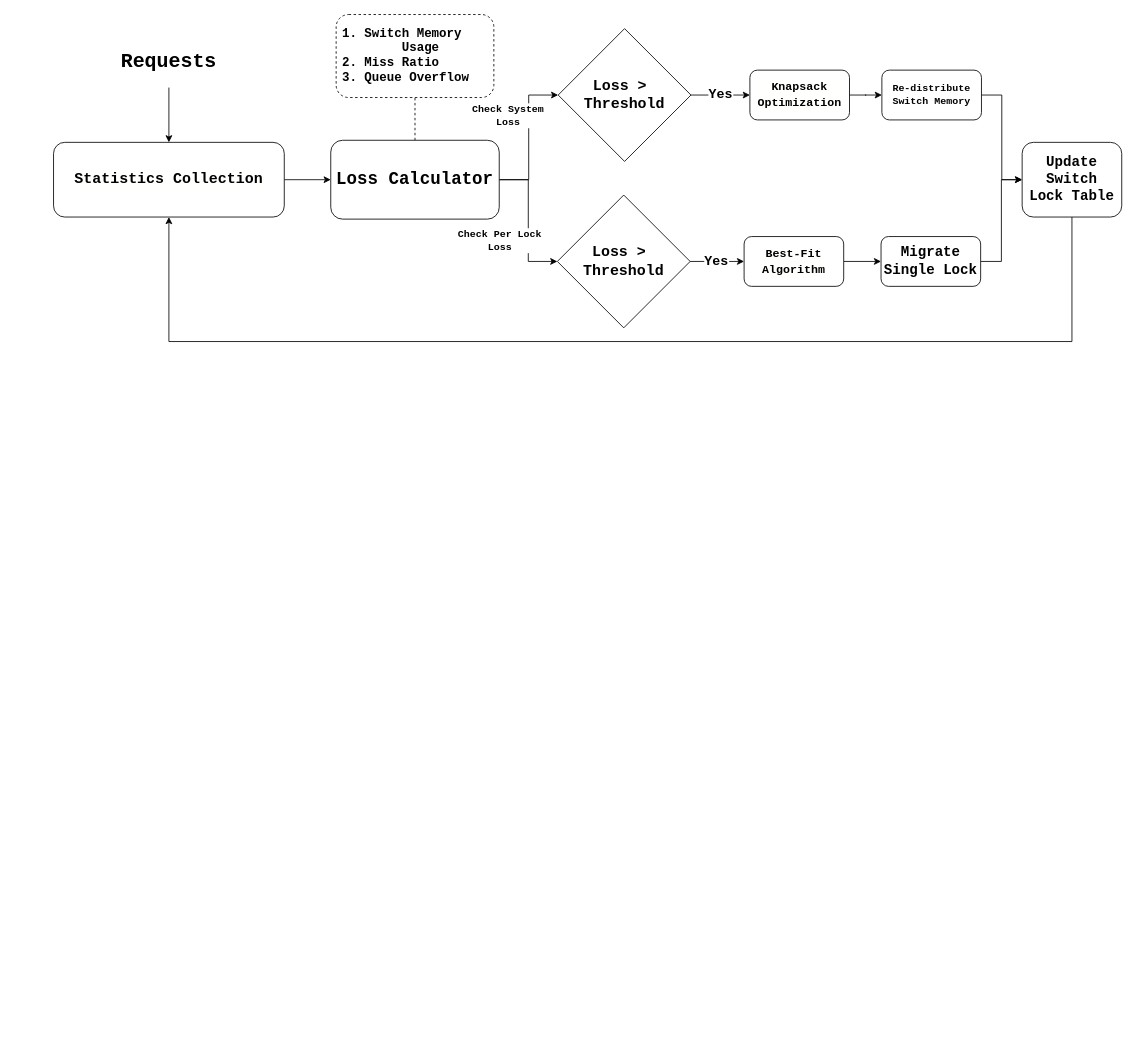
Earlier version of the draw.io diagram docs/diagram/migration_procedure.drawio (Chiang-Chen-An/multi-rack-netlock). Source tidied: cells renumbered, new cells numbered last; positions are measured from the earlier drawing's top-left corner, leaving out a move shared by most shapes. Both pictures are drawn from the tidied source at 83%, with x=0, y=0 at pixel (53, 14).
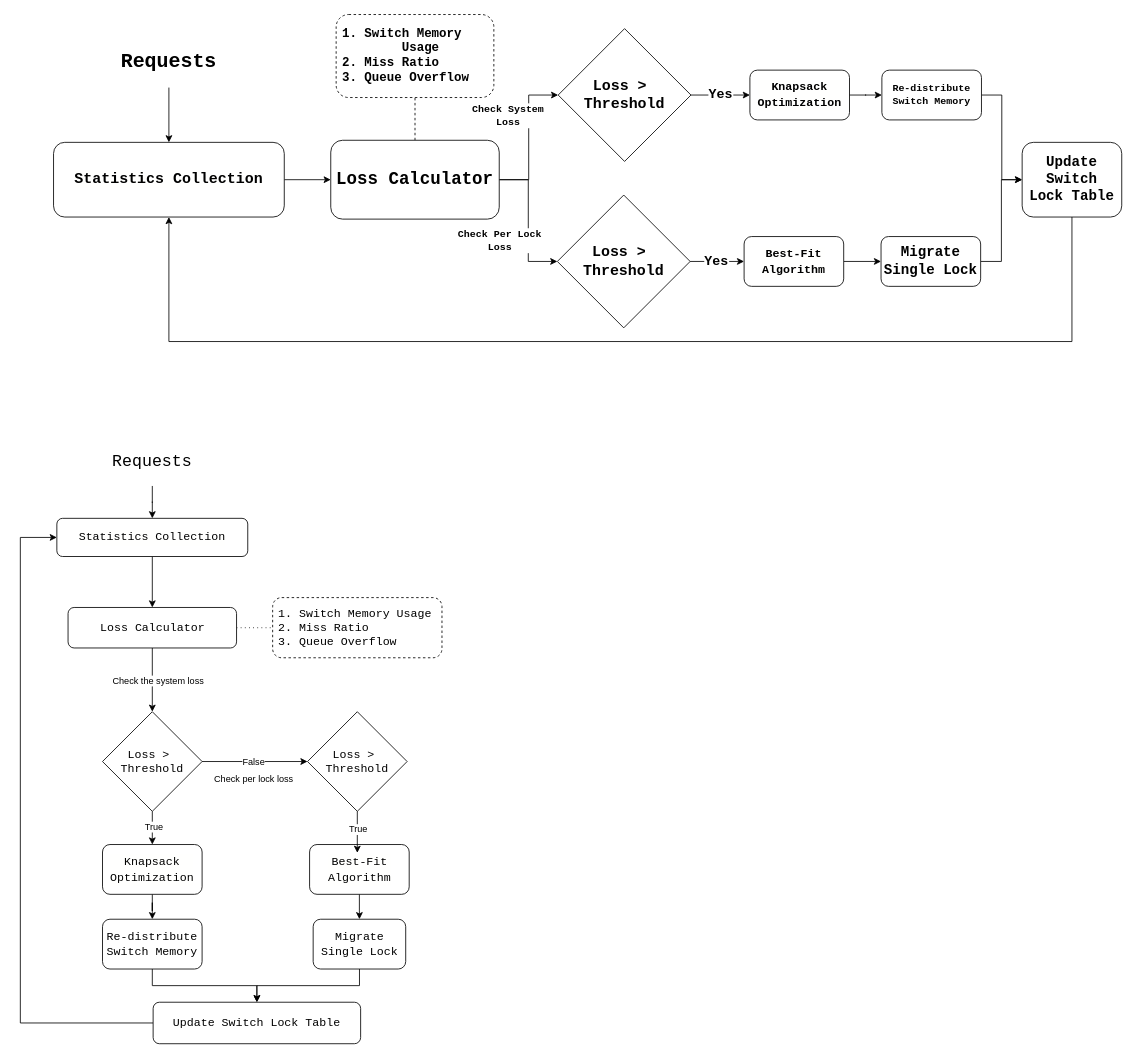
After the change.

Change to the diagram source:
```diff
@@
+    <mxCell id="30" style="edgeStyle=orthogonalEdgeStyle;rounded=0;jettySize=auto;html=1;entryX=0.5;entryY=0;entryDx=0;entryDy=0;" parent="1" edge="1" source="31" target="37">
+      <mxGeometry relative="1" as="geometry" />
+    </mxCell>
+    <mxCell id="31" value="&lt;div style=&quot;background-color: rgb(255, 255, 254); line-height: 19px; white-space: pre;&quot;&gt;&lt;font style=&quot;font-size: 14px; font-weight: normal;&quot;&gt;Statistics Collection&lt;/font&gt;&lt;/div&gt;" style="rounded=1;whiteSpace=wrap;html=1;align=center;fontFamily=Courier New;fontStyle=1;" parent="1" vertex="1">
+      <mxGeometry x="4" y="607" width="230" height="46" as="geometry" />
+    </mxCell>
+    <mxCell id="32" style="edgeStyle=orthogonalEdgeStyle;rounded=0;jettySize=auto;html=1;entryX=0.5;entryY=0;entryDx=0;entryDy=0;fontFamily=Courier New;fontStyle=1;" parent="1" edge="1" source="33" target="31">
+      <mxGeometry relative="1" as="geometry" />
+    </mxCell>
+    <mxCell id="33" value="&lt;font style=&quot;font-weight: normal; font-size: 20px;&quot;&gt;Requests&lt;/font&gt;" style="text;html=1;whiteSpace=wrap;strokeColor=none;fillColor=none;align=center;verticalAlign=middle;rounded=0;fontFamily=Courier New;fontStyle=1;" parent="1" vertex="1">
+      <mxGeometry x="44" y="508" width="150" height="60" as="geometry" />
+    </mxCell>
+    <mxCell id="34" style="edgeStyle=orthogonalEdgeStyle;rounded=0;jettySize=auto;html=1;endArrow=none;endFill=0;dashed=1;dashPattern=1 4;" parent="1" edge="1" source="37" target="55">
+      <mxGeometry relative="1" as="geometry" />
+    </mxCell>
+    <mxCell id="35" style="edgeStyle=orthogonalEdgeStyle;rounded=0;jettySize=auto;html=1;entryX=0.5;entryY=0;entryDx=0;entryDy=0;" parent="1" edge="1" source="37" target="43">
+      <mxGeometry relative="1" as="geometry" />
+    </mxCell>
+    <mxCell id="36" value="Check the system loss" style="edgeLabel;html=1;align=center;verticalAlign=middle;" parent="35" vertex="1">
+      <mxGeometry x="0.33" relative="1" as="geometry">
+        <mxPoint x="6" y="-12" as="offset" />
+      </mxGeometry>
+    </mxCell>
+    <mxCell id="37" value="&lt;font style=&quot;font-size: 14px; font-weight: normal;&quot;&gt;&lt;font&gt;Loss&amp;nbsp;&lt;/font&gt;Calculator&lt;/font&gt;" style="rounded=1;whiteSpace=wrap;html=1;fontFamily=Courier New;fontStyle=1;" parent="1" vertex="1">
+      <mxGeometry x="17.5" y="714.4" width="203" height="48.8" as="geometry" />
+    </mxCell>
+    <mxCell id="38" style="edgeStyle=orthogonalEdgeStyle;rounded=0;jettySize=auto;html=1;entryX=0;entryY=0.5;entryDx=0;entryDy=0;" parent="1" edge="1" source="43" target="44">
+      <mxGeometry relative="1" as="geometry" />
+    </mxCell>
+    <mxCell id="39" value="Check per lock loss" style="edgeLabel;html=1;align=center;verticalAlign=middle;" parent="38" vertex="1">
+      <mxGeometry x="-0.02" y="2" relative="1" as="geometry">
+        <mxPoint x="-1" y="22" as="offset" />
+      </mxGeometry>
+    </mxCell>
+    <mxCell id="40" value="False" style="edgeLabel;html=1;align=center;verticalAlign=middle;" parent="38" vertex="1">
+      <mxGeometry x="-0.04" y="-3" relative="1" as="geometry">
+        <mxPoint y="-3" as="offset" />
+      </mxGeometry>
+    </mxCell>
+    <mxCell id="41" style="edgeStyle=orthogonalEdgeStyle;rounded=0;jettySize=auto;html=1;" parent="1" edge="1" source="43" target="46">
+      <mxGeometry relative="1" as="geometry" />
+    </mxCell>
+    <mxCell id="42" value="True" style="edgeLabel;html=1;align=center;verticalAlign=middle;" parent="41" vertex="1">
+      <mxGeometry x="-0.08" y="1" relative="1" as="geometry" />
+    </mxCell>
+    <mxCell id="43" value="&lt;font style=&quot;font-weight: normal;&quot;&gt;Loss &amp;gt;&amp;nbsp;&lt;/font&gt;&lt;div&gt;&lt;font style=&quot;font-weight: normal;&quot;&gt;Threshold&lt;/font&gt;&lt;/div&gt;" style="rhombus;whiteSpace=wrap;html=1;fontFamily=Courier New;fontStyle=1;fontSize=14;" parent="1" vertex="1">
+      <mxGeometry x="59" y="840" width="120" height="120" as="geometry" />
+    </mxCell>
+    <mxCell id="44" value="&lt;font style=&quot;font-weight: normal;&quot;&gt;Loss &amp;gt;&amp;nbsp;&lt;/font&gt;&lt;div&gt;&lt;font style=&quot;font-weight: normal;&quot;&gt;Threshold&lt;/font&gt;&lt;/div&gt;" style="rhombus;whiteSpace=wrap;html=1;fontFamily=Courier New;fontStyle=1;fontSize=14;" parent="1" vertex="1">
+      <mxGeometry x="306" y="840" width="120" height="120" as="geometry" />
+    </mxCell>
+    <mxCell id="45" style="edgeStyle=orthogonalEdgeStyle;rounded=0;jettySize=auto;html=1;entryX=0.5;entryY=0;entryDx=0;entryDy=0;" parent="1" edge="1" source="46" target="52">
+      <mxGeometry relative="1" as="geometry" />
+    </mxCell>
+    <mxCell id="46" value="&lt;div style=&quot;background-color: rgb(255, 255, 254); font-size: 14px; line-height: 19px; white-space: pre;&quot;&gt;&lt;font style=&quot;font-weight: normal;&quot;&gt;Knapsack&lt;/font&gt;&lt;/div&gt;&lt;div style=&quot;background-color: rgb(255, 255, 254); font-size: 14px; line-height: 19px; white-space: pre;&quot;&gt;&lt;font style=&quot;font-weight: normal;&quot;&gt;Optimization&lt;/font&gt;&lt;/div&gt;" style="rounded=1;whiteSpace=wrap;html=1;fontFamily=Courier New;fontStyle=1;" parent="1" vertex="1">
+      <mxGeometry x="59" y="1000" width="120" height="60" as="geometry" />
+    </mxCell>
+    <mxCell id="47" style="edgeStyle=orthogonalEdgeStyle;rounded=0;jettySize=auto;html=1;entryX=0.5;entryY=0;entryDx=0;entryDy=0;" parent="1" edge="1" source="48" target="50">
+      <mxGeometry relative="1" as="geometry" />
+    </mxCell>
+    <mxCell id="48" value="&lt;div style=&quot;background-color: rgb(255, 255, 254); font-size: 14px; line-height: 19px; white-space: pre;&quot;&gt;&lt;font style=&quot;font-weight: normal;&quot;&gt;Best-Fit&lt;/font&gt;&lt;/div&gt;&lt;div style=&quot;background-color: rgb(255, 255, 254); font-size: 14px; line-height: 19px; white-space: pre;&quot;&gt;&lt;font style=&quot;font-weight: normal;&quot;&gt;Algorithm&lt;/font&gt;&lt;/div&gt;" style="rounded=1;whiteSpace=wrap;html=1;fontFamily=Courier New;fontStyle=1;" parent="1" vertex="1">
+      <mxGeometry x="308.5" y="1000" width="120" height="60" as="geometry" />
+    </mxCell>
+    <mxCell id="49" style="edgeStyle=orthogonalEdgeStyle;rounded=0;jettySize=auto;html=1;entryX=0.5;entryY=0;entryDx=0;entryDy=0;" parent="1" edge="1" source="50" target="54">
+      <mxGeometry relative="1" as="geometry" />
+    </mxCell>
+    <mxCell id="50" value="&lt;font style=&quot;font-size: 14px; font-weight: normal;&quot;&gt;Migrate Single Lock&lt;/font&gt;" style="rounded=1;whiteSpace=wrap;html=1;fontFamily=Courier New;fontStyle=1;" parent="1" vertex="1">
+      <mxGeometry x="312.8" y="1090" width="111.5" height="60" as="geometry" />
+    </mxCell>
+    <mxCell id="51" style="edgeStyle=orthogonalEdgeStyle;rounded=0;jettySize=auto;html=1;entryX=0.5;entryY=0;entryDx=0;entryDy=0;" parent="1" edge="1" source="52" target="54">
+      <mxGeometry relative="1" as="geometry" />
+    </mxCell>
+    <mxCell id="52" value="&lt;font style=&quot;font-weight: normal; font-size: 14px;&quot;&gt;Re-distribute Switch Memory&lt;/font&gt;" style="rounded=1;whiteSpace=wrap;html=1;fontFamily=Courier New;fontStyle=1;align=center;" parent="1" vertex="1">
+      <mxGeometry x="59" y="1090" width="120" height="60" as="geometry" />
+    </mxCell>
+    <mxCell id="53" style="edgeStyle=orthogonalEdgeStyle;rounded=0;jettySize=auto;html=1;entryX=0;entryY=0.5;entryDx=0;entryDy=0;exitX=0;exitY=0.5;exitDx=0;exitDy=0;" parent="1" edge="1" source="54" target="31">
+      <mxGeometry relative="1" as="geometry">
+        <Array as="points">
+          <mxPoint x="-40" y="1215" />
+          <mxPoint x="-40" y="630" />
+        </Array>
+      </mxGeometry>
+    </mxCell>
+    <mxCell id="54" value="&lt;span style=&quot;font-weight: normal;&quot;&gt;&lt;font style=&quot;font-size: 14px;&quot;&gt;&lt;font&gt;Update Switch&amp;nbsp;&lt;/font&gt;Lock Table&lt;/font&gt;&lt;/span&gt;" style="rounded=1;whiteSpace=wrap;html=1;fontFamily=Courier New;fontStyle=1;" parent="1" vertex="1">
+      <mxGeometry x="120" y="1190" width="250" height="50" as="geometry" />
+    </mxCell>
+    <mxCell id="55" style="rounded=1;whiteSpace=wrap;html=1;dashed=1;fontFamily=Courier New;fontStyle=1;" parent="1" vertex="1">
+      <mxGeometry x="264" y="702.5" width="204" height="72.5" as="geometry" />
+    </mxCell>
+    <mxCell id="56" value="&lt;div&gt;&lt;font style=&quot;font-weight: normal; font-size: 14px;&quot;&gt;1. Switch Memory Usage&lt;/font&gt;&lt;/div&gt;&lt;div&gt;&lt;font style=&quot;font-weight: normal; font-size: 14px;&quot;&gt;2. Miss Ratio&lt;/font&gt;&lt;/div&gt;&lt;div&gt;&lt;font style=&quot;font-weight: normal; font-size: 14px;&quot;&gt;3. Queue Overflow&lt;/font&gt;&lt;/div&gt;" style="text;html=1;whiteSpace=wrap;strokeColor=none;fillColor=none;align=left;verticalAlign=middle;rounded=0;fontFamily=Courier New;fontStyle=1;" parent="1" vertex="1">
+      <mxGeometry x="269" y="713.8" width="199" height="51.2" as="geometry" />
+    </mxCell>
+    <mxCell id="57" style="edgeStyle=orthogonalEdgeStyle;rounded=0;jettySize=auto;html=1;entryX=0.479;entryY=0.167;entryDx=0;entryDy=0;entryPerimeter=0;" parent="1" edge="1" source="44" target="48">
+      <mxGeometry relative="1" as="geometry" />
+    </mxCell>
+    <mxCell id="58" value="True" style="edgeLabel;html=1;align=center;verticalAlign=middle;" parent="57" vertex="1">
+      <mxGeometry x="-0.14" y="1" relative="1" as="geometry" />
+    </mxCell>
```
